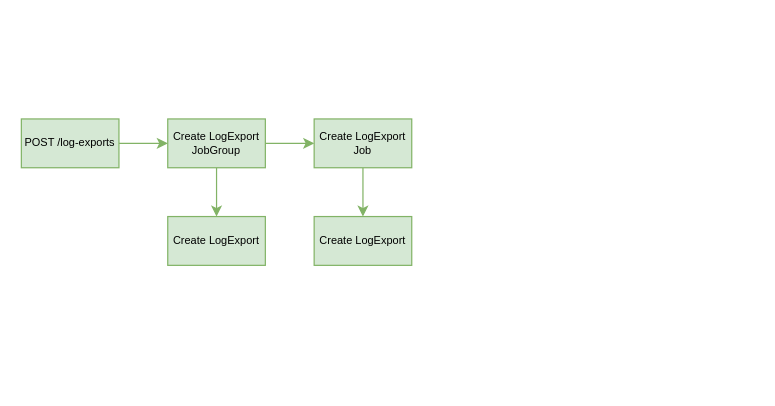
Above: page "LogView" (2 of 2) of st/Log.drawio in gaivin/drawio (draw.io), before the change. Source tidied: cells renumbered, new cells numbered last; positions are measured from the earlier drawing's top-left corner, leaving out a move shared by most shapes. Both pictures are drawn from the tidied source at 122%, with x=0, y=0 at pixel (21, 118).
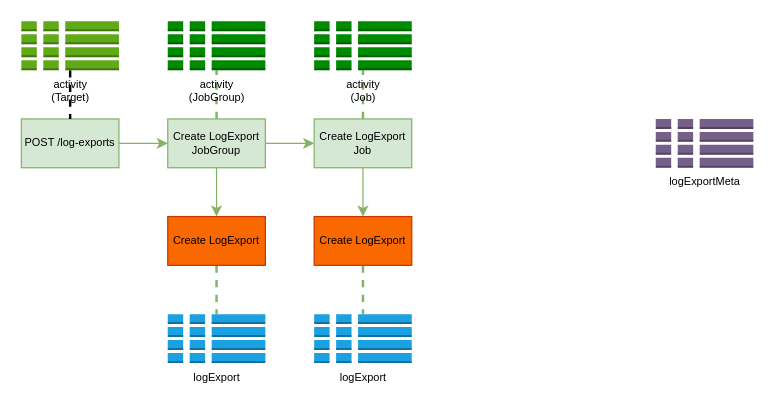
Above is the later version.

The change refers to these unchanged cells:
```xml
<mxCell id="3" value="POST /log-exports" style="rounded=0;whiteSpace=wrap;html=1;fillColor=#d5e8d4;strokeColor=#82b366;fontSize=9;" parent="1" vertex="1">
  <mxGeometry width="80" height="40" as="geometry" />
</mxCell>
<mxCell id="6" value="Create LogExport JobGroup" style="rounded=0;whiteSpace=wrap;html=1;fillColor=#d5e8d4;strokeColor=#82b366;fontSize=9;" parent="1" vertex="1">
  <mxGeometry x="120" width="80" height="40" as="geometry" />
</mxCell>
<mxCell id="8" value="Create LogExport Job" style="rounded=0;whiteSpace=wrap;html=1;fillColor=#d5e8d4;strokeColor=#82b366;fontSize=9;" parent="1" vertex="1">
  <mxGeometry x="240" width="80" height="40" as="geometry" />
</mxCell>
```

Diff of the diagram source:
```diff
@@
+    <mxCell id="11" style="edgeStyle=orthogonalEdgeStyle;rounded=0;jettySize=auto;html=1;exitX=0.5;exitY=0;exitDx=0;exitDy=0;fontSize=9;fontColor=#000000;endArrow=none;endFill=0;dashed=1;fillColor=#d5e8d4;strokeColor=#82b366;strokeWidth=2;" parent="1" edge="1" source="6" target="15">
+      <mxGeometry relative="1" as="geometry" />
+    </mxCell>
@@
+    <mxCell id="12" style="edgeStyle=orthogonalEdgeStyle;rounded=0;jettySize=auto;html=1;exitX=0.5;exitY=0;exitDx=0;exitDy=0;entryX=0.5;entryY=1;entryDx=0;entryDy=0;entryPerimeter=0;dashed=1;strokeWidth=2;fontSize=9;fontColor=#000000;endArrow=none;endFill=0;fillColor=#d5e8d4;strokeColor=#82b366;" parent="1" edge="1" source="8" target="16">
+      <mxGeometry relative="1" as="geometry" />
+    </mxCell>
@@
+    <mxCell id="13" style="edgeStyle=orthogonalEdgeStyle;rounded=0;jettySize=auto;html=1;exitX=0.5;exitY=1;exitDx=0;exitDy=0;entryX=0.5;entryY=0;entryDx=0;entryDy=0;entryPerimeter=0;dashed=1;strokeWidth=2;fontSize=9;fontColor=#000000;endArrow=none;endFill=0;fillColor=#d5e8d4;strokeColor=#82b366;" parent="1" edge="1" source="9" target="17">
+      <mxGeometry relative="1" as="geometry" />
+    </mxCell>
-    <mxCell id="9" value="Create LogExport" style="rounded=0;whiteSpace=wrap;html=1;fillColor=#d5e8d4;strokeColor=#82b366;fontSize=9;" parent="1" vertex="1">
+    <mxCell id="9" value="Create LogExport" style="rounded=0;whiteSpace=wrap;html=1;fillColor=#fa6800;strokeColor=#C73500;fontSize=9;fontColor=#000000;" parent="1" vertex="1">
       <mxGeometry x="120" y="80" width="80" height="40" as="geometry" />
     </mxCell>
+    <mxCell id="14" style="edgeStyle=orthogonalEdgeStyle;rounded=0;jettySize=auto;html=1;exitX=0.5;exitY=1;exitDx=0;exitDy=0;dashed=1;strokeWidth=2;fontSize=9;fontColor=#000000;endArrow=none;endFill=0;fillColor=#d5e8d4;strokeColor=#82b366;" parent="1" edge="1" source="10" target="18">
+      <mxGeometry relative="1" as="geometry" />
+    </mxCell>
-    <mxCell id="10" value="Create LogExport" style="rounded=0;whiteSpace=wrap;html=1;fillColor=#d5e8d4;strokeColor=#82b366;fontSize=9;" parent="1" vertex="1">
+    <mxCell id="10" value="Create LogExport" style="rounded=0;whiteSpace=wrap;html=1;fillColor=#fa6800;strokeColor=#C73500;fontSize=9;fontColor=#000000;" parent="1" vertex="1">
       <mxGeometry x="240" y="80" width="80" height="40" as="geometry" />
     </mxCell>
+    <mxCell id="15" value="activity&lt;br&gt;(JobGroup)" style="outlineConnect=0;dashed=0;verticalLabelPosition=bottom;verticalAlign=top;align=center;html=1;shape=mxgraph.aws3.global_secondary_index;fillColor=#008a00;fontSize=9;strokeColor=#005700;fontColor=#000000;" parent="1" vertex="1">
+      <mxGeometry x="120" y="-80" width="80" height="40" as="geometry" />
+    </mxCell>
+    <mxCell id="16" value="activity&lt;br&gt;(Job)" style="outlineConnect=0;dashed=0;verticalLabelPosition=bottom;verticalAlign=top;align=center;html=1;shape=mxgraph.aws3.global_secondary_index;fillColor=#008a00;fontSize=9;strokeColor=#005700;fontColor=#000000;" parent="1" vertex="1">
+      <mxGeometry x="240" y="-80" width="80" height="40" as="geometry" />
+    </mxCell>
+    <mxCell id="17" value="logExport" style="outlineConnect=0;dashed=0;verticalLabelPosition=bottom;verticalAlign=top;align=center;html=1;shape=mxgraph.aws3.global_secondary_index;fillColor=#1ba1e2;fontSize=9;strokeColor=none;fontColor=#000000;" parent="1" vertex="1">
+      <mxGeometry x="120" y="160" width="80" height="40" as="geometry" />
+    </mxCell>
+    <mxCell id="18" value="logExport" style="outlineConnect=0;dashed=0;verticalLabelPosition=bottom;verticalAlign=top;align=center;html=1;shape=mxgraph.aws3.global_secondary_index;fillColor=#1ba1e2;fontSize=9;strokeColor=none;fontColor=#000000;" parent="1" vertex="1">
+      <mxGeometry x="240" y="160" width="80" height="40" as="geometry" />
+    </mxCell>
+    <mxCell id="19" style="edgeStyle=orthogonalEdgeStyle;rounded=0;jettySize=auto;html=1;dashed=1;strokeWidth=2;fontSize=9;fontColor=#000000;endArrow=none;endFill=0;" parent="1" edge="1" source="20" target="3">
+      <mxGeometry relative="1" as="geometry" />
+    </mxCell>
+    <mxCell id="20" value="activity&lt;br&gt;(Target)" style="outlineConnect=0;dashed=0;verticalLabelPosition=bottom;verticalAlign=top;align=center;html=1;shape=mxgraph.aws3.global_secondary_index;fillColor=#60a917;fontSize=9;strokeColor=#2D7600;fontColor=#000000;" parent="1" vertex="1">
+      <mxGeometry y="-80" width="80" height="40" as="geometry" />
+    </mxCell>
+    <mxCell id="21" value="logExportMeta" style="dashed=0;verticalLabelPosition=bottom;verticalAlign=top;align=center;html=1;shape=mxgraph.aws3.global_secondary_index;fillColor=#76608a;fontSize=9;strokeColor=#432D57;fontColor=#000000;" parent="1" vertex="1">
+      <mxGeometry x="520" width="80" height="40" as="geometry" />
+    </mxCell>
```
